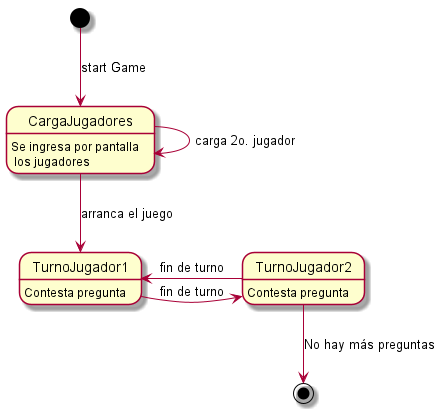
Earlier version of the PlantUML export docs/DiagramaEstado-Juego/DiagramaEstado-Juego.png (GEscandar/TP2-Kahoot).
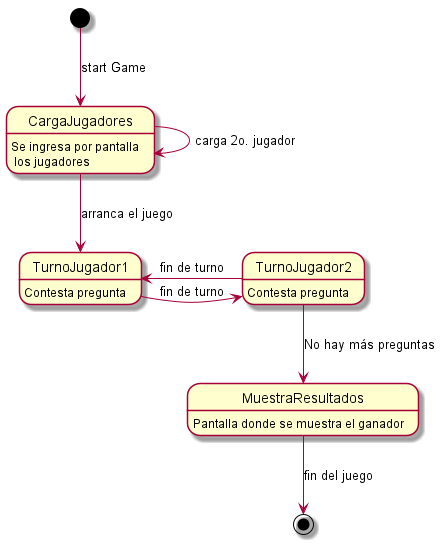
Above is the later version.

Commit message:
Corrección diagrama.

Diff of the diagram source:
```diff
@@ -5,6 +5,7 @@
 CargaJugadores : Se ingresa por pantalla\n los jugadores
 TurnoJugador1 : Contesta pregunta
 TurnoJugador2 : Contesta pregunta
+MuestraResultados : Pantalla donde se muestra el ganador
 
 CargaJugadores --> CargaJugadores : carga 2o. jugador
 
@@ -13,6 +14,8 @@
 TurnoJugador1 --right> TurnoJugador2 : fin de turno
 TurnoJugador2 --left> TurnoJugador1 : fin de turno
 
-TurnoJugador2 --down> [*] : No hay más preguntas
+TurnoJugador2 --down> MuestraResultados: No hay más preguntas
+
+MuestraResultados --down> [*] : fin del juego
 
 @enduml
```
